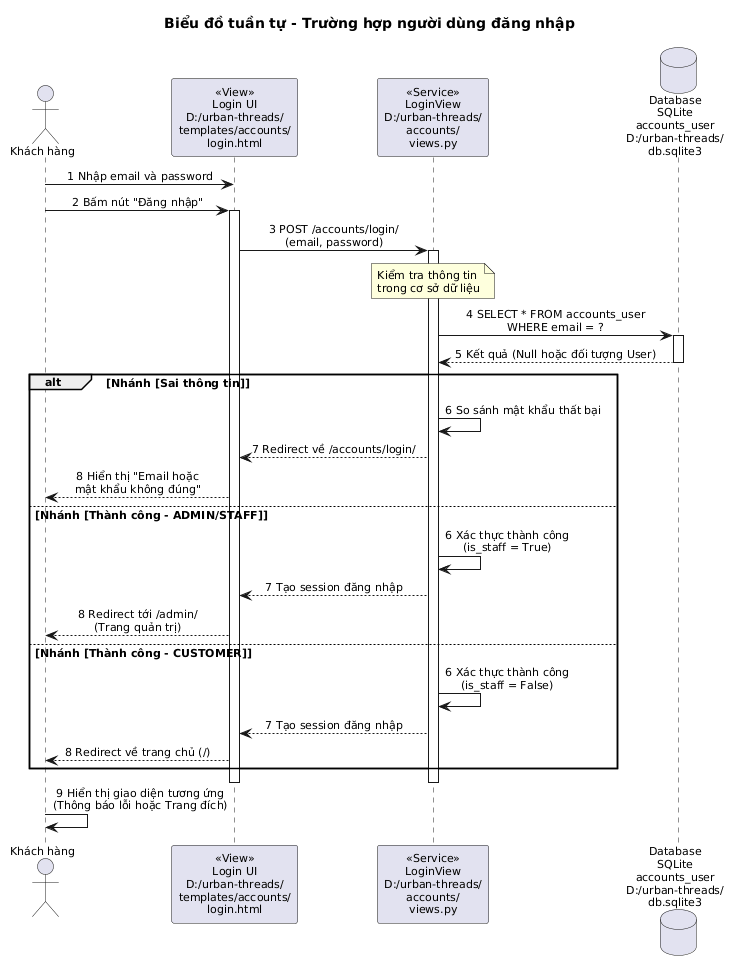
Above: use_cases/sequence_dang_nhap.png in HNKILLNET404/lehainam_24ct1_cnpm (PlantUML), before the change.
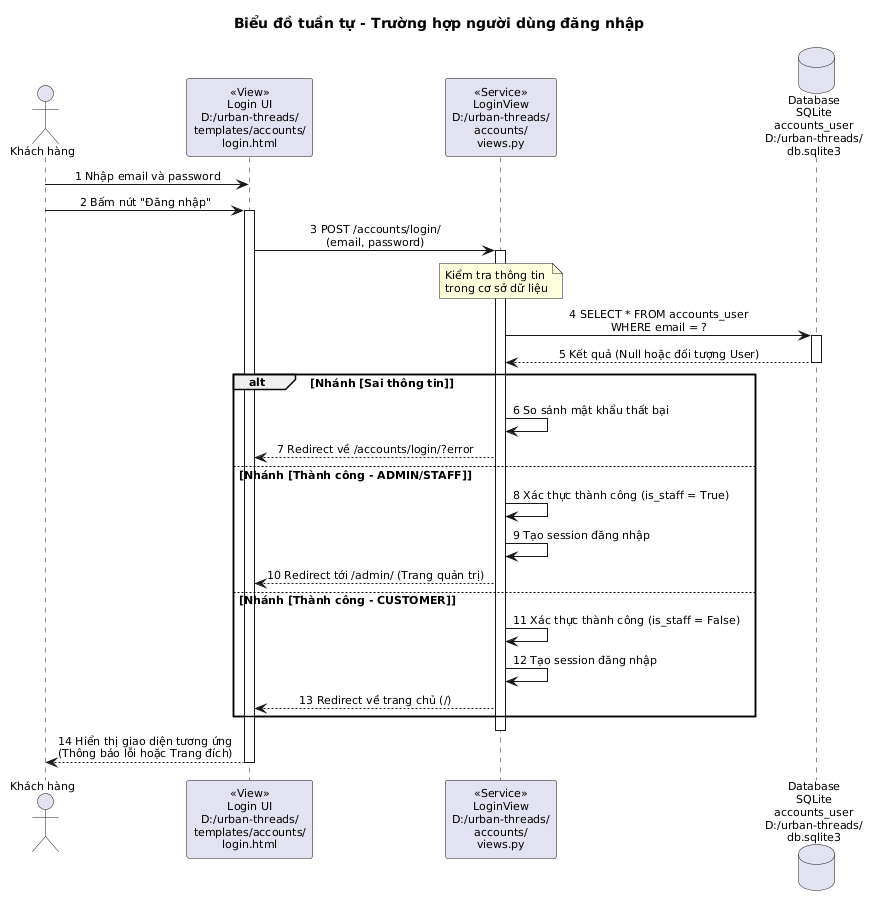
The same diagram one commit later.

The edit, as a diff of the source:
```diff
@@ -29,20 +29,19 @@
 
 alt Nhánh [Sai thông tin]
     BE -> BE : 6 So sánh mật khẩu thất bại
-    BE --> UI : 7 Redirect về /accounts/login/
-    UI --> User : 8 Hiển thị "Email hoặc\nmật khẩu không đúng"
+    BE --> UI : 7 Redirect về /accounts/login/?error
 else Nhánh [Thành công - ADMIN/STAFF]
-    BE -> BE : 6 Xác thực thành công\n(is_staff = True)
-    BE --> UI : 7 Tạo session đăng nhập
-    UI --> User : 8 Redirect tới /admin/\n(Trang quản trị)
+    BE -> BE : 8 Xác thực thành công (is_staff = True)
+    BE -> BE : 9 Tạo session đăng nhập
+    BE --> UI : 10 Redirect tới /admin/ (Trang quản trị)
 else Nhánh [Thành công - CUSTOMER]
-    BE -> BE : 6 Xác thực thành công\n(is_staff = False)
-    BE --> UI : 7 Tạo session đăng nhập
-    UI --> User : 8 Redirect về trang chủ (/)
+    BE -> BE : 11 Xác thực thành công (is_staff = False)
+    BE -> BE : 12 Tạo session đăng nhập
+    BE --> UI : 13 Redirect về trang chủ (/)
 end
 deactivate BE
+
+UI --> User : 14 Hiển thị giao diện tương ứng\n(Thông báo lỗi hoặc Trang đích)
 deactivate UI
 
-User -> User : 9 Hiển thị giao diện tương ứng\n(Thông báo lỗi hoặc Trang đích)
-
 @enduml
```
